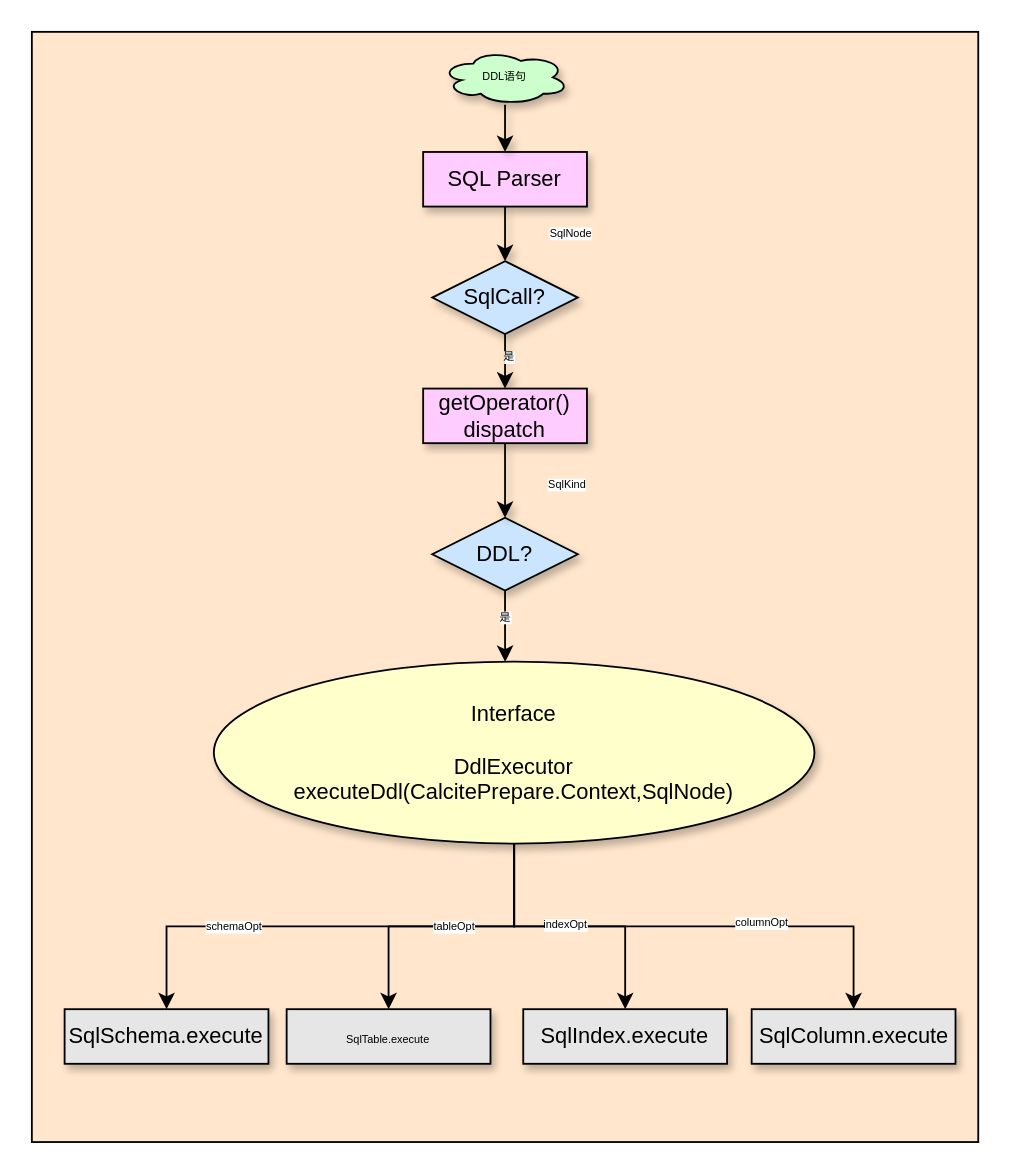
Earlier version of the draw.io diagram parser_ddl.drawio (arlottang/tdh_bit). Source tidied: cells renumbered, new cells numbered last; positions are measured from the earlier drawing's top-left corner, leaving out a move shared by most shapes. Both pictures are drawn from the tidied source at 182%, with x=0, y=0 at pixel (31, 31).
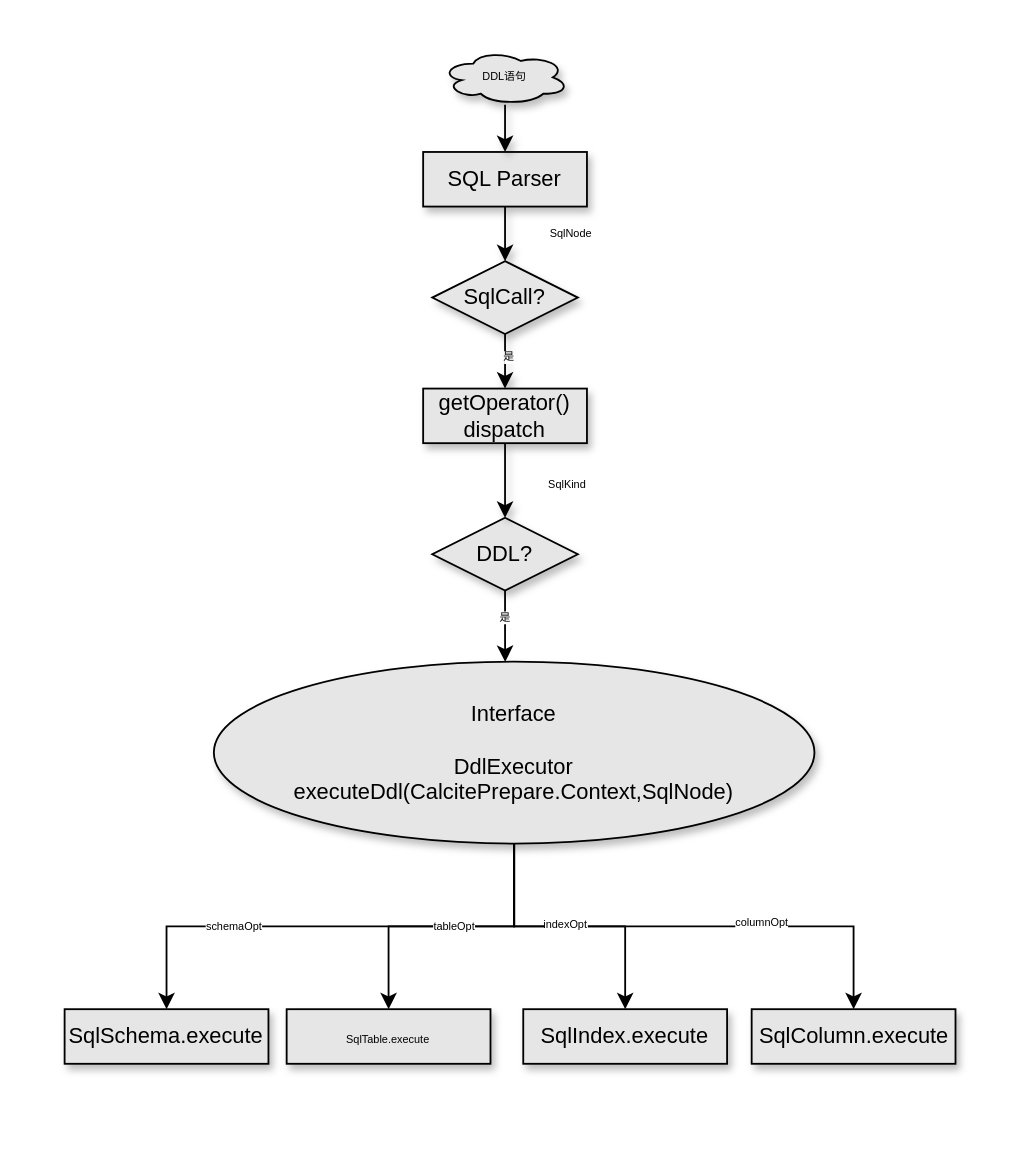
After the change.

The change refers to these unchanged cells:
```xml
<mxCell id="16" value="SqlSchema.execute" style="rounded=0;whiteSpace=wrap;html=1;shadow=1;fillColor=#E6E6E6;" parent="1" vertex="1">
  <mxGeometry x="18" y="537" width="112" height="30" as="geometry" />
</mxCell>
<mxCell id="17" value="&lt;font style=&quot;font-size: 6px&quot;&gt;SqlTable.execute&lt;/font&gt;" style="rounded=0;whiteSpace=wrap;html=1;shadow=1;fillColor=#E6E6E6;" parent="1" vertex="1">
  <mxGeometry x="140" y="537" width="112" height="30" as="geometry" />
</mxCell>
<mxCell id="18" value="SqlIndex.execute" style="rounded=0;whiteSpace=wrap;html=1;shadow=1;fillColor=#E6E6E6;" parent="1" vertex="1">
  <mxGeometry x="270" y="537" width="112" height="30" as="geometry" />
</mxCell>
<mxCell id="21" value="SqlColumn.execute" style="rounded=0;whiteSpace=wrap;html=1;shadow=1;fillColor=#E6E6E6;" parent="1" vertex="1">
  <mxGeometry x="395.5" y="537" width="112" height="30" as="geometry" />
</mxCell>
```

The edit, as a diff of the source:
```diff
@@
-    <mxCell id="2" style="rounded=0;whiteSpace=wrap;html=1;fillColor=#FFE6CC;" parent="1" vertex="1">
-      <mxGeometry width="520" height="610" as="geometry" />
-    </mxCell>
-    <mxCell id="3" style="edgeStyle=orthogonalEdgeStyle;rounded=0;jettySize=auto;html=1;fontSize=6;entryX=0.5;entryY=0;entryDx=0;entryDy=0;" parent="1" edge="1" source="4" target="17">
+    <mxCell id="3" style="edgeStyle=orthogonalEdgeStyle;rounded=0;jettySize=auto;html=1;fontSize=6;entryX=0.5;entryY=0;entryDx=0;entryDy=0;fillColor=#E6E6E6;" parent="1" edge="1" source="4" target="17">
       <mxGeometry relative="1" as="geometry" />
     </mxCell>
-    <mxCell id="4" value="Interface&lt;br&gt;&lt;br&gt;DdlExecutor&lt;span&gt;&lt;br&gt;executeDdl(CalcitePrepare.Context,SqlNode)&lt;/span&gt;" style="ellipse;whiteSpace=wrap;html=1;fillColor=#FFFFCC;shadow=1;" parent="1" vertex="1">
+    <mxCell id="4" value="Interface&lt;br&gt;&lt;br&gt;DdlExecutor&lt;span&gt;&lt;br&gt;executeDdl(CalcitePrepare.Context,SqlNode)&lt;/span&gt;" style="ellipse;whiteSpace=wrap;html=1;fillColor=#E6E6E6;shadow=1;" parent="1" vertex="1">
       <mxGeometry x="100" y="346" width="330" height="100" as="geometry" />
     </mxCell>
-    <mxCell id="5" style="edgeStyle=orthogonalEdgeStyle;rounded=0;jettySize=auto;html=1;shadow=1;" parent="1" edge="1" source="7" target="10">
+    <mxCell id="5" style="edgeStyle=orthogonalEdgeStyle;rounded=0;jettySize=auto;html=1;shadow=1;fillColor=#E6E6E6;" parent="1" edge="1" source="7" target="10">
       <mxGeometry relative="1" as="geometry" />
     </mxCell>
-    <mxCell id="6" value="SqlNode" style="edgeLabel;html=1;align=center;verticalAlign=middle;fontSize=6;fillColor=#FFE599;" parent="5" vertex="1">
+    <mxCell id="6" value="SqlNode" style="edgeLabel;html=1;align=center;verticalAlign=middle;fontSize=6;fillColor=#E6E6E6;" parent="5" vertex="1">
       <mxGeometry x="-0.76" relative="1" as="geometry">
         <mxPoint x="35" y="8" as="offset" />
       </mxGeometry>
     </mxCell>
-    <mxCell id="7" value="SQL Parser" style="rounded=0;whiteSpace=wrap;html=1;fillColor=#FFCCFF;shadow=1;" parent="1" vertex="1">
+    <mxCell id="7" value="SQL Parser" style="rounded=0;whiteSpace=wrap;html=1;fillColor=#E6E6E6;shadow=1;" parent="1" vertex="1">
       <mxGeometry x="215" y="66" width="90" height="30" as="geometry" />
     </mxCell>
-    <mxCell id="8" style="edgeStyle=orthogonalEdgeStyle;rounded=0;jettySize=auto;html=1;shadow=1;" parent="1" edge="1" source="10" target="15">
+    <mxCell id="8" style="edgeStyle=orthogonalEdgeStyle;rounded=0;jettySize=auto;html=1;shadow=1;fillColor=#E6E6E6;" parent="1" edge="1" source="10" target="15">
       <mxGeometry relative="1" as="geometry" />
     </mxCell>
-    <mxCell id="9" value="是" style="edgeLabel;html=1;align=center;verticalAlign=middle;fontSize=6;" parent="8" vertex="1">
+    <mxCell id="9" value="是" style="edgeLabel;html=1;align=center;verticalAlign=middle;fontSize=6;fillColor=#E6E6E6;" parent="8" vertex="1">
       <mxGeometry x="-0.51" y="1" relative="1" as="geometry" />
     </mxCell>
-    <mxCell id="10" value="SqlCall?" style="rhombus;whiteSpace=wrap;html=1;fillColor=#CCE5FF;shadow=1;" parent="1" vertex="1">
+    <mxCell id="10" value="SqlCall?" style="rhombus;whiteSpace=wrap;html=1;fillColor=#E6E6E6;shadow=1;" parent="1" vertex="1">
       <mxGeometry x="220" y="126" width="80" height="40" as="geometry" />
     </mxCell>
-    <mxCell id="11" style="edgeStyle=orthogonalEdgeStyle;rounded=0;jettySize=auto;html=1;entryX=0.485;entryY=0.002;entryDx=0;entryDy=0;entryPerimeter=0;" parent="1" edge="1" source="13" target="4">
+    <mxCell id="11" style="edgeStyle=orthogonalEdgeStyle;rounded=0;jettySize=auto;html=1;entryX=0.485;entryY=0.002;entryDx=0;entryDy=0;entryPerimeter=0;fillColor=#E6E6E6;" parent="1" edge="1" source="13" target="4">
       <mxGeometry relative="1" as="geometry">
         <Array as="points">
           <mxPoint x="260" y="330" />
           <mxPoint x="260" y="330" />
         </Array>
       </mxGeometry>
     </mxCell>
-    <mxCell id="12" value="是" style="edgeLabel;html=1;align=center;verticalAlign=middle;fontSize=6;" parent="11" vertex="1">
+    <mxCell id="12" value="是" style="edgeLabel;html=1;align=center;verticalAlign=middle;fontSize=6;fillColor=#E6E6E6;" parent="11" vertex="1">
       <mxGeometry x="-0.27" y="-1" relative="1" as="geometry" />
     </mxCell>
-    <mxCell id="13" value="DDL?" style="rhombus;whiteSpace=wrap;html=1;fillColor=#CCE5FF;shadow=1;" parent="1" vertex="1">
+    <mxCell id="13" value="DDL?" style="rhombus;whiteSpace=wrap;html=1;fillColor=#E6E6E6;shadow=1;" parent="1" vertex="1">
       <mxGeometry x="220" y="267" width="80" height="40" as="geometry" />
     </mxCell>
-    <mxCell id="14" style="edgeStyle=orthogonalEdgeStyle;rounded=0;jettySize=auto;html=1;shadow=1;" parent="1" edge="1" source="15" target="13">
+    <mxCell id="14" style="edgeStyle=orthogonalEdgeStyle;rounded=0;jettySize=auto;html=1;shadow=1;fillColor=#E6E6E6;" parent="1" edge="1" source="15" target="13">
       <mxGeometry relative="1" as="geometry" />
     </mxCell>
-    <mxCell id="15" value="getOperator()&lt;br&gt;dispatch" style="rounded=0;whiteSpace=wrap;html=1;fillColor=#FFCCFF;shadow=1;" parent="1" vertex="1">
+    <mxCell id="15" value="getOperator()&lt;br&gt;dispatch" style="rounded=0;whiteSpace=wrap;html=1;fillColor=#E6E6E6;shadow=1;" parent="1" vertex="1">
       <mxGeometry x="215" y="196" width="90" height="30" as="geometry" />
     </mxCell>
@@
-    <mxCell id="19" style="edgeStyle=orthogonalEdgeStyle;rounded=0;jettySize=auto;html=1;fontSize=6;entryX=0.5;entryY=0;entryDx=0;entryDy=0;shadow=1;" parent="1" edge="1" source="20" target="7">
+    <mxCell id="19" style="edgeStyle=orthogonalEdgeStyle;rounded=0;jettySize=auto;html=1;fontSize=6;entryX=0.5;entryY=0;entryDx=0;entryDy=0;shadow=1;fillColor=#E6E6E6;" parent="1" edge="1" source="20" target="7">
       <mxGeometry relative="1" as="geometry" />
     </mxCell>
-    <mxCell id="20" value="DDL语句" style="ellipse;shape=cloud;whiteSpace=wrap;html=1;fontSize=6;fillColor=#CCFFCC;shadow=1;" parent="1" vertex="1">
+    <mxCell id="20" value="DDL语句" style="ellipse;shape=cloud;whiteSpace=wrap;html=1;fontSize=6;fillColor=#E6E6E6;shadow=1;" parent="1" vertex="1">
       <mxGeometry x="225" y="10" width="70" height="30" as="geometry" />
     </mxCell>
@@
-    <mxCell id="22" style="edgeStyle=orthogonalEdgeStyle;rounded=0;jettySize=auto;html=1;fontSize=6;entryX=0.5;entryY=0;entryDx=0;entryDy=0;exitX=0.5;exitY=1;exitDx=0;exitDy=0;" parent="1" edge="1" source="4" target="18">
+    <mxCell id="22" style="edgeStyle=orthogonalEdgeStyle;rounded=0;jettySize=auto;html=1;fontSize=6;entryX=0.5;entryY=0;entryDx=0;entryDy=0;exitX=0.5;exitY=1;exitDx=0;exitDy=0;fillColor=#E6E6E6;" parent="1" edge="1" source="4" target="18">
       <mxGeometry relative="1" as="geometry" />
     </mxCell>
-    <mxCell id="23" style="edgeStyle=orthogonalEdgeStyle;rounded=0;jettySize=auto;html=1;fontSize=6;exitX=0.5;exitY=1;exitDx=0;exitDy=0;" parent="1" edge="1" source="4" target="16">
+    <mxCell id="23" style="edgeStyle=orthogonalEdgeStyle;rounded=0;jettySize=auto;html=1;fontSize=6;exitX=0.5;exitY=1;exitDx=0;exitDy=0;fillColor=#E6E6E6;" parent="1" edge="1" source="4" target="16">
       <mxGeometry relative="1" as="geometry" />
     </mxCell>
-    <mxCell id="24" value="schemaOpt" style="edgeLabel;html=1;align=center;verticalAlign=middle;fontSize=6;" parent="23" vertex="1">
+    <mxCell id="24" value="schemaOpt" style="edgeLabel;html=1;align=center;verticalAlign=middle;fontSize=6;fillColor=#E6E6E6;" parent="23" vertex="1">
       <mxGeometry x="0.42" relative="1" as="geometry" />
     </mxCell>
-    <mxCell id="25" value="tableOpt" style="edgeLabel;html=1;align=center;verticalAlign=middle;fontSize=6;" parent="23" vertex="1">
+    <mxCell id="25" value="tableOpt" style="edgeLabel;html=1;align=center;verticalAlign=middle;fontSize=6;fillColor=#E6E6E6;" parent="23" vertex="1">
       <mxGeometry x="-0.44" y="2" relative="1" as="geometry">
         <mxPoint y="-2" as="offset" />
       </mxGeometry>
     </mxCell>
-    <mxCell id="26" style="edgeStyle=orthogonalEdgeStyle;rounded=0;jettySize=auto;html=1;fontSize=6;exitX=0.5;exitY=1;exitDx=0;exitDy=0;" parent="1" edge="1" source="4" target="21">
+    <mxCell id="26" style="edgeStyle=orthogonalEdgeStyle;rounded=0;jettySize=auto;html=1;fontSize=6;exitX=0.5;exitY=1;exitDx=0;exitDy=0;fillColor=#E6E6E6;" parent="1" edge="1" source="4" target="21">
       <mxGeometry relative="1" as="geometry" />
     </mxCell>
-    <mxCell id="27" value="columnOpt" style="edgeLabel;html=1;align=center;verticalAlign=middle;fontSize=6;fillColor=#A9C4EB;" parent="26" vertex="1">
+    <mxCell id="27" value="columnOpt" style="edgeLabel;html=1;align=center;verticalAlign=middle;fontSize=6;fillColor=#E6E6E6;" parent="26" vertex="1">
       <mxGeometry x="-0.38" y="2" relative="1" as="geometry">
         <mxPoint x="95" as="offset" />
       </mxGeometry>
     </mxCell>
-    <mxCell id="28" value="indexOpt" style="edgeLabel;html=1;align=center;verticalAlign=middle;fontSize=6;" parent="26" vertex="1">
+    <mxCell id="28" value="indexOpt" style="edgeLabel;html=1;align=center;verticalAlign=middle;fontSize=6;fillColor=#E6E6E6;" parent="26" vertex="1">
       <mxGeometry x="0.27" y="1" relative="1" as="geometry">
         <mxPoint x="-103" as="offset" />
       </mxGeometry>
     </mxCell>
-    <mxCell id="29" value="SqlKind" style="edgeLabel;html=1;align=center;verticalAlign=middle;fontSize=6;" parent="1" vertex="1">
+    <mxCell id="29" value="SqlKind" style="edgeLabel;html=1;align=center;verticalAlign=middle;fontSize=6;fillColor=#E6E6E6;" parent="1" vertex="1">
       <mxGeometry x="309" y="119.9" as="geometry">
         <mxPoint x="-16" y="129" as="offset" />
       </mxGeometry>
     </mxCell>
```
